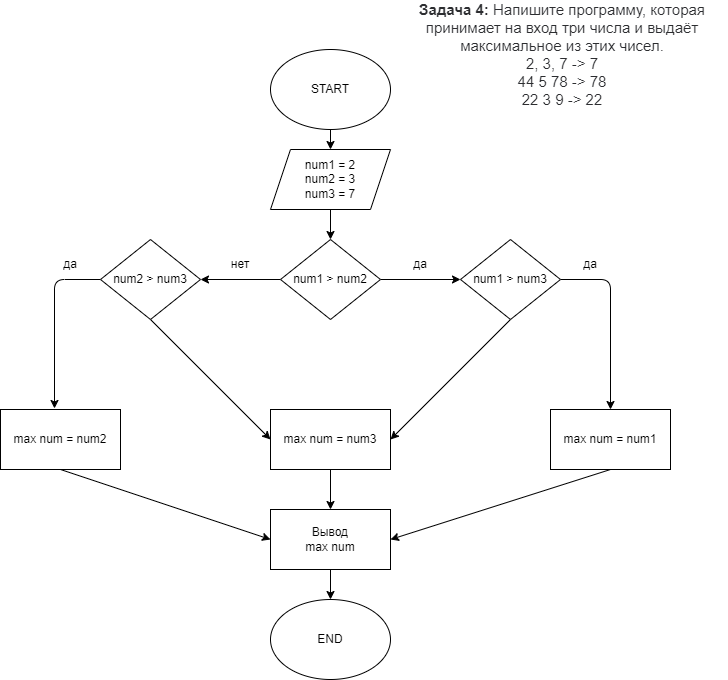
NordOST85/Lessons keeps this draw.io diagram as Home_work1/Home_work1.1/PlanDiagram1.drawio.png. Above is the earlier version. Source tidied: cells renumbered, new cells last; positions are measured from the earlier drawing's top-left corner, leaving out a move shared by most shapes.
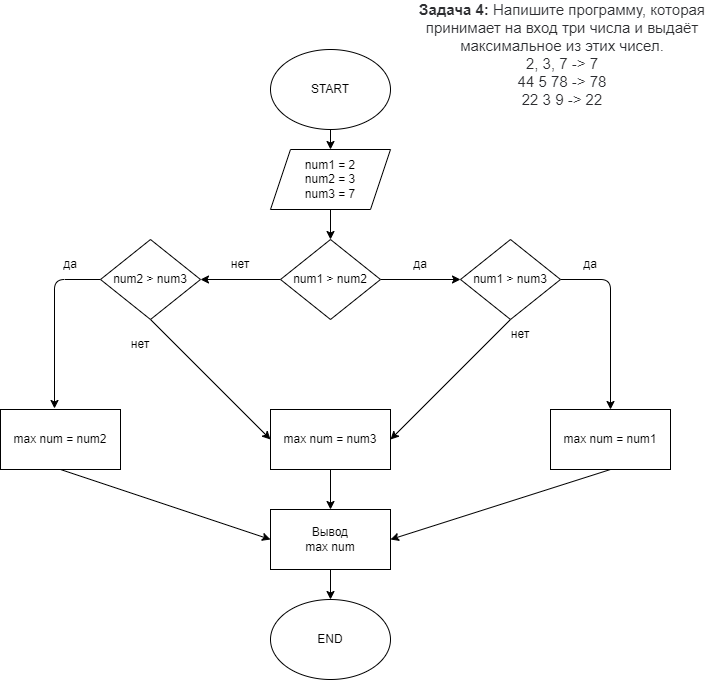
Above is the later version.

Diff of the diagram source:
```diff
@@ -91,5 +91,11 @@
     <mxCell id="28" value="END" style="ellipse;whiteSpace=wrap;html=1;" parent="1" vertex="1">
       <mxGeometry x="270" y="560" width="120" height="80" as="geometry" />
     </mxCell>
+    <mxCell id="29" value="нет" style="text;html=1;strokeColor=none;fillColor=none;align=center;verticalAlign=middle;whiteSpace=wrap;rounded=0;" parent="1" vertex="1">
+      <mxGeometry x="110" y="290" width="60" height="30" as="geometry" />
+    </mxCell>
+    <mxCell id="30" value="нет" style="text;html=1;strokeColor=none;fillColor=none;align=center;verticalAlign=middle;whiteSpace=wrap;rounded=0;" parent="1" vertex="1">
+      <mxGeometry x="490" y="280" width="60" height="30" as="geometry" />
+    </mxCell>
   </root>
 </mxGraphModel>
```
